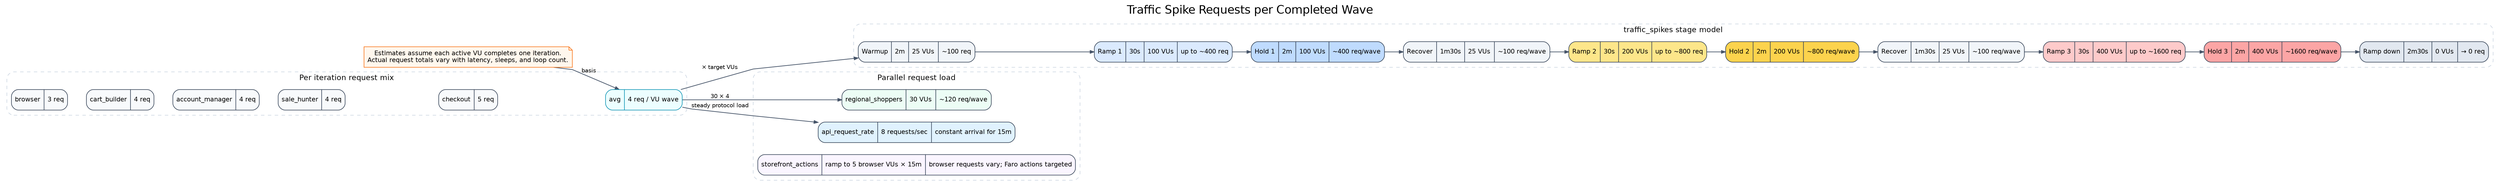
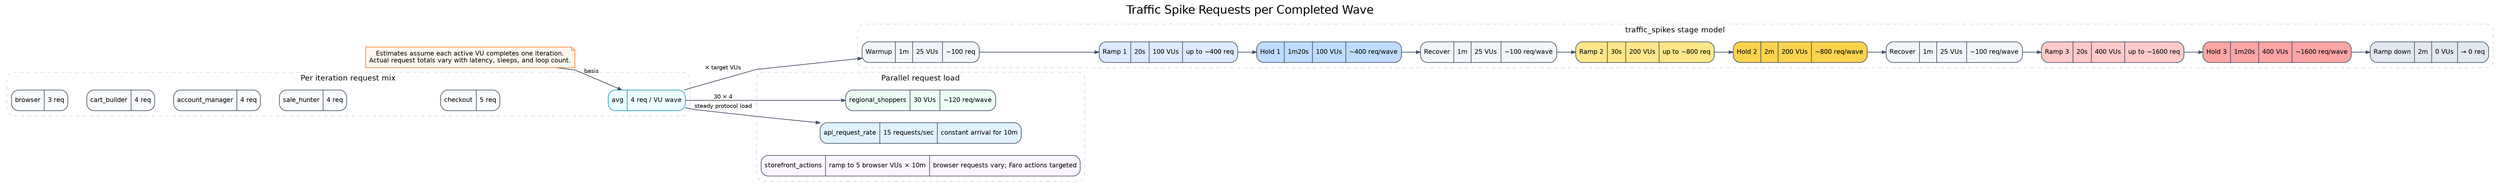
digraph traffic_spike_requests_only {
  graph [rankdir=LR, labelloc=t, label="Traffic Spike Requests per Completed Wave", fontsize=20, fontname="Helvetica", nodesep=0.28, ranksep=0.45, splines=polyline, outputorder=edgesfirst];
  node [shape=record, style="rounded,filled", fontname="Helvetica", fontsize=11, color="#334155", fillcolor="#f8fafc", margin="0.08,0.05"];
  edge [color="#475569", arrowsize=0.7, penwidth=1.2, fontname="Helvetica", fontsize=10];

  note [shape=note, fillcolor="#fff7ed", color="#f97316", label="Estimates assume each active VU completes one iteration.\nActual request totals vary with latency, sleeps, and loop count."];

  subgraph cluster_persona_math {
    label="Per iteration request mix"; color="#cbd5e1"; style="rounded,dashed"; fontsize=13; fontname="Helvetica";
    p_browser [label="{browser|3 req}"];
    p_cart [label="{cart_builder|4 req}"];
    p_account [label="{account_manager|4 req}"];
    p_sale [label="{sale_hunter|4 req}"];
    p_checkout [label="{checkout|5 req}"];
    p_avg [label="{avg|4 req / VU wave}", fillcolor="#ecfeff", color="#0891b2"];
    p_browser -> p_cart -> p_account -> p_sale -> p_checkout -> p_avg [style=invis];
  }

  subgraph cluster_stage_flow {
    label="traffic_spikes stage model"; color="#cbd5e1"; style="rounded,dashed"; fontsize=13; fontname="Helvetica";
-     warmup [label="{Warmup|2m|25 VUs|~100 req}", fillcolor="#f1f5f9"];
-     ramp1 [label="{Ramp 1|30s|100 VUs|up to ~400 req}", fillcolor="#dbeafe"];
-     hold1 [label="{Hold 1|2m|100 VUs|~400 req/wave}", fillcolor="#bfdbfe"];
-     rec1 [label="{Recover|1m30s|25 VUs|~100 req/wave}", fillcolor="#f1f5f9"];
+     warmup [label="{Warmup|1m|25 VUs|~100 req}", fillcolor="#f1f5f9"];
+     ramp1 [label="{Ramp 1|20s|100 VUs|up to ~400 req}", fillcolor="#dbeafe"];
+     hold1 [label="{Hold 1|1m20s|100 VUs|~400 req/wave}", fillcolor="#bfdbfe"];
+     rec1 [label="{Recover|1m|25 VUs|~100 req/wave}", fillcolor="#f1f5f9"];
    ramp2 [label="{Ramp 2|30s|200 VUs|up to ~800 req}", fillcolor="#fde68a"];
    hold2 [label="{Hold 2|2m|200 VUs|~800 req/wave}", fillcolor="#fcd34d"];
-     rec2 [label="{Recover|1m30s|25 VUs|~100 req/wave}", fillcolor="#f1f5f9"];
-     ramp3 [label="{Ramp 3|30s|400 VUs|up to ~1600 req}", fillcolor="#fecaca"];
-     hold3 [label="{Hold 3|2m|400 VUs|~1600 req/wave}", fillcolor="#fca5a5"];
-     down [label="{Ramp down|2m30s|0 VUs|→ 0 req}", fillcolor="#e2e8f0"];
+     rec2 [label="{Recover|1m|25 VUs|~100 req/wave}", fillcolor="#f1f5f9"];
+     ramp3 [label="{Ramp 3|20s|400 VUs|up to ~1600 req}", fillcolor="#fecaca"];
+     hold3 [label="{Hold 3|1m20s|400 VUs|~1600 req/wave}", fillcolor="#fca5a5"];
+     down [label="{Ramp down|2m|0 VUs|→ 0 req}", fillcolor="#e2e8f0"];
    warmup -> ramp1 -> hold1 -> rec1 -> ramp2 -> hold2 -> rec2 -> ramp3 -> hold3 -> down;
  }

  subgraph cluster_parallel {
    label="Parallel request load"; color="#cbd5e1"; style="rounded,dashed"; fontsize=13; fontname="Helvetica";
    regional [label="{regional_shoppers|30 VUs|~120 req/wave}", fillcolor="#ecfdf5"];
-     api_rate [label="{api_request_rate|8 requests/sec|constant arrival for 15m}", fillcolor="#e0f2fe"];
-     browser_actions [label="{storefront_actions|ramp to 5 browser VUs × 15m|browser requests vary; Faro actions targeted}", fillcolor="#faf5ff"];
+     api_rate [label="{api_request_rate|15 requests/sec|constant arrival for 10m}", fillcolor="#e0f2fe"];
+     browser_actions [label="{storefront_actions|ramp to 5 browser VUs × 10m|browser requests vary; Faro actions targeted}", fillcolor="#faf5ff"];
  }

  note -> p_avg [label="basis"];
  p_avg -> warmup [label="× target VUs"];
  p_avg -> regional [label="30 × 4"];
  p_avg -> api_rate [label="steady protocol load"];
}
